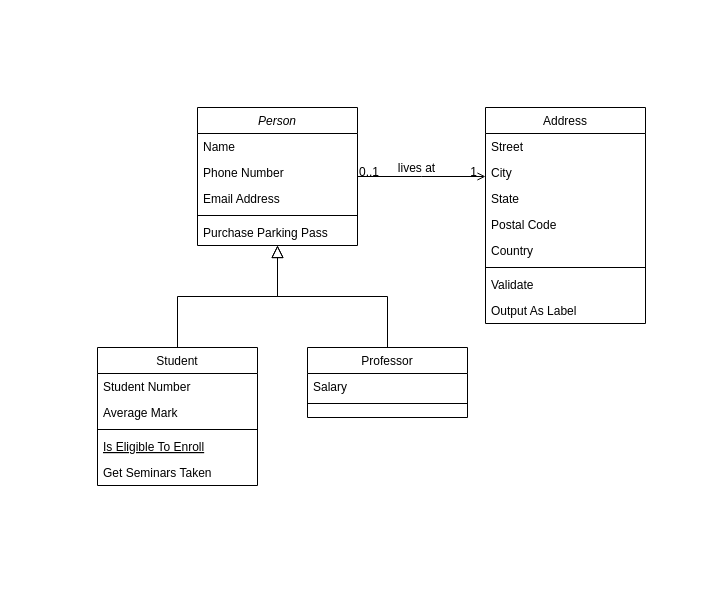
This is Untitled Diagram.drawio from treborsz7/quarkProyect, a draw.io file, before an edit. Source tidied: cells renumbered, new cells numbered last; positions are measured from the earlier drawing's top-left corner, leaving out a move shared by most shapes. Both pictures are drawn from the tidied source at 100%, with x=0, y=0 at pixel (97, 107).
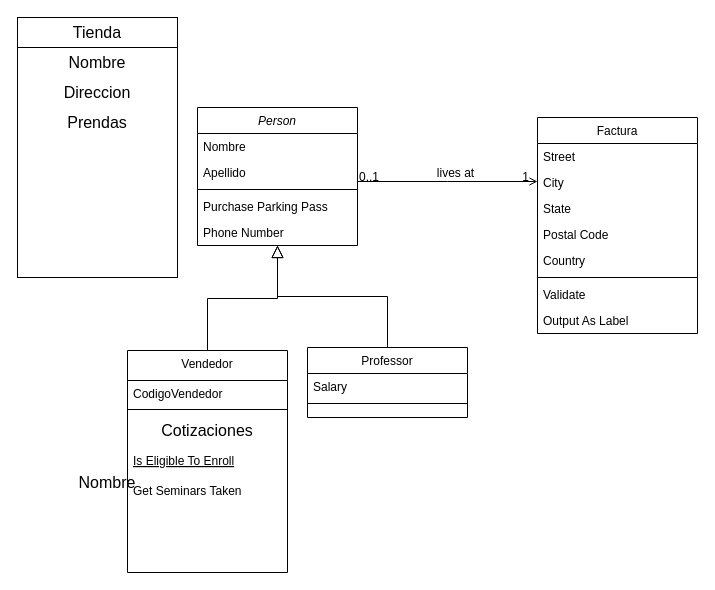
Above is the later version.

The change refers to these unchanged cells:
```xml
<mxCell id="2" value="Person" style="swimlane;fontStyle=2;align=center;verticalAlign=top;horizontal=1;startSize=26;rounded=0;shadow=0;strokeWidth=1;" parent="1" vertex="1">
  <mxGeometry x="100" width="160" height="138" as="geometry" />
</mxCell>
```

The edit, as a diff of the source:
```diff
@@
-    <mxCell id="3" value="Name" style="text;align=left;verticalAlign=top;spacingLeft=4;spacingRight=4;overflow=hidden;" parent="2" vertex="1">
+    <mxCell id="3" value="Nombre" style="text;align=left;verticalAlign=top;spacingLeft=4;spacingRight=4;overflow=hidden;" parent="2" vertex="1">
       <mxGeometry y="26" width="160" height="26" as="geometry" />
     </mxCell>
-    <mxCell id="4" value="Phone Number" style="text;align=left;verticalAlign=top;spacingLeft=4;spacingRight=4;overflow=hidden;rounded=0;shadow=0;html=0;" parent="2" vertex="1">
-      <mxGeometry y="52" width="160" height="26" as="geometry" />
-    </mxCell>
-    <mxCell id="5" value="Email Address" style="text;align=left;verticalAlign=top;spacingLeft=4;spacingRight=4;overflow=hidden;rounded=0;shadow=0;html=0;" parent="2" vertex="1">
-      <mxGeometry y="78" width="160" height="26" as="geometry" />
+    <mxCell id="5" value="Apellido" style="text;align=left;verticalAlign=top;spacingLeft=4;spacingRight=4;overflow=hidden;rounded=0;shadow=0;html=0;" parent="2" vertex="1">
+      <mxGeometry y="52" width="160" height="26" as="geometry" />
     </mxCell>
     <mxCell id="6" style="line;html=1;strokeWidth=1;align=left;verticalAlign=middle;spacingTop=-1;spacingLeft=3;spacingRight=3;labelPosition=right;" parent="2" vertex="1">
-      <mxGeometry y="104" width="160" height="8" as="geometry" />
+      <mxGeometry y="78" width="160" height="8" as="geometry" />
     </mxCell>
     <mxCell id="7" value="Purchase Parking Pass" style="text;align=left;verticalAlign=top;spacingLeft=4;spacingRight=4;overflow=hidden;" parent="2" vertex="1">
-      <mxGeometry y="112" width="160" height="26" as="geometry" />
+      <mxGeometry y="86" width="160" height="26" as="geometry" />
     </mxCell>
+    <mxCell id="4" value="Phone Number" style="text;align=left;verticalAlign=top;spacingLeft=4;spacingRight=4;overflow=hidden;rounded=0;shadow=0;html=0;" parent="2" vertex="1">
+      <mxGeometry y="112" width="160" height="26" as="geometry" />
+    </mxCell>
-    <mxCell id="8" value="Student" style="swimlane;fontStyle=0;align=center;verticalAlign=top;horizontal=1;startSize=26;rounded=0;shadow=0;strokeWidth=1;" parent="1" vertex="1">
-      <mxGeometry y="240" width="160" height="138" as="geometry" />
+    <mxCell id="8" value="Vendedor" style="swimlane;fontStyle=0;align=center;verticalAlign=top;horizontal=1;startSize=30;rounded=0;shadow=0;strokeWidth=1;" parent="1" vertex="1">
+      <mxGeometry x="30" y="243" width="160" height="222" as="geometry" />
     </mxCell>
-    <mxCell id="9" value="Student Number" style="text;align=left;verticalAlign=top;spacingLeft=4;spacingRight=4;overflow=hidden;" parent="8" vertex="1">
-      <mxGeometry y="26" width="160" height="26" as="geometry" />
+    <mxCell id="9" value="CodigoVendedor" style="text;align=left;verticalAlign=top;spacingLeft=4;spacingRight=4;overflow=hidden;" parent="8" vertex="1">
+      <mxGeometry y="30" width="160" height="26" as="geometry" />
     </mxCell>
-    <mxCell id="10" value="Average Mark" style="text;align=left;verticalAlign=top;spacingLeft=4;spacingRight=4;overflow=hidden;rounded=0;shadow=0;html=0;" parent="8" vertex="1">
-      <mxGeometry y="52" width="160" height="26" as="geometry" />
-    </mxCell>
     <mxCell id="11" style="line;html=1;strokeWidth=1;align=left;verticalAlign=middle;spacingTop=-1;spacingLeft=3;spacingRight=3;labelPosition=right;" parent="8" vertex="1">
-      <mxGeometry y="78" width="160" height="8" as="geometry" />
+      <mxGeometry y="56" width="160" height="6" as="geometry" />
     </mxCell>
+    <mxCell id="32" value="Cotizaciones" style="text;strokeColor=none;fillColor=none;html=1;align=center;verticalAlign=middle;whiteSpace=wrap;rounded=0;fontSize=16;" parent="8" vertex="1">
+      <mxGeometry y="62" width="160" height="35" as="geometry" />
+    </mxCell>
     <mxCell id="12" value="Is Eligible To Enroll" style="text;align=left;verticalAlign=top;spacingLeft=4;spacingRight=4;overflow=hidden;fontStyle=4;" parent="8" vertex="1">
-      <mxGeometry y="86" width="160" height="26" as="geometry" />
+      <mxGeometry y="97" width="160" height="30" as="geometry" />
     </mxCell>
     <mxCell id="13" value="Get Seminars Taken" style="text;align=left;verticalAlign=top;spacingLeft=4;spacingRight=4;overflow=hidden;" parent="8" vertex="1">
-      <mxGeometry y="112" width="160" height="26" as="geometry" />
+      <mxGeometry y="127" width="160" height="26" as="geometry" />
     </mxCell>
@@
-    <mxCell id="19" value="Address" style="swimlane;fontStyle=0;align=center;verticalAlign=top;horizontal=1;startSize=26;rounded=0;shadow=0;strokeWidth=1;" parent="1" vertex="1">
-      <mxGeometry x="388" width="160" height="216" as="geometry" />
+    <mxCell id="19" value="Factura&#10;" style="swimlane;fontStyle=0;align=center;verticalAlign=top;horizontal=1;startSize=26;rounded=0;shadow=0;strokeWidth=1;" parent="1" vertex="1">
+      <mxGeometry x="440" y="10" width="160" height="216" as="geometry" />
     </mxCell>
@@
+    <mxCell id="33" style="rounded=0;whiteSpace=wrap;html=1;fontSize=16;" parent="1" vertex="1">
+      <mxGeometry x="-80" y="-90" width="160" height="260" as="geometry" />
+    </mxCell>
+    <mxCell id="34" style="rounded=0;whiteSpace=wrap;html=1;fontSize=16;" parent="1" vertex="1">
+      <mxGeometry x="-80" y="-90" width="160" height="30" as="geometry" />
+    </mxCell>
+    <mxCell id="35" value="Tienda" style="text;strokeColor=none;fillColor=none;html=1;align=center;verticalAlign=middle;whiteSpace=wrap;rounded=0;fontSize=16;" parent="1" vertex="1">
+      <mxGeometry x="-80" y="-90" width="160" height="30" as="geometry" />
+    </mxCell>
+    <mxCell id="36" value="Nombre" style="text;strokeColor=none;fillColor=none;html=1;align=center;verticalAlign=middle;whiteSpace=wrap;rounded=0;fontSize=16;" parent="1" vertex="1">
+      <mxGeometry x="-70" y="360" width="160" height="30" as="geometry" />
+    </mxCell>
+    <mxCell id="37" value="Nombre" style="text;strokeColor=none;fillColor=none;html=1;align=center;verticalAlign=middle;whiteSpace=wrap;rounded=0;fontSize=16;" parent="1" vertex="1">
+      <mxGeometry x="-80" y="-60" width="160" height="30" as="geometry" />
+    </mxCell>
+    <mxCell id="38" value="Direccion" style="text;strokeColor=none;fillColor=none;html=1;align=center;verticalAlign=middle;whiteSpace=wrap;rounded=0;fontSize=16;" parent="1" vertex="1">
+      <mxGeometry x="-80" y="-30" width="160" height="30" as="geometry" />
+    </mxCell>
+    <mxCell id="39" value="Prendas" style="text;strokeColor=none;fillColor=none;html=1;align=center;verticalAlign=middle;whiteSpace=wrap;rounded=0;fontSize=16;" parent="1" vertex="1">
+      <mxGeometry x="-80" width="160" height="30" as="geometry" />
+    </mxCell>
```
